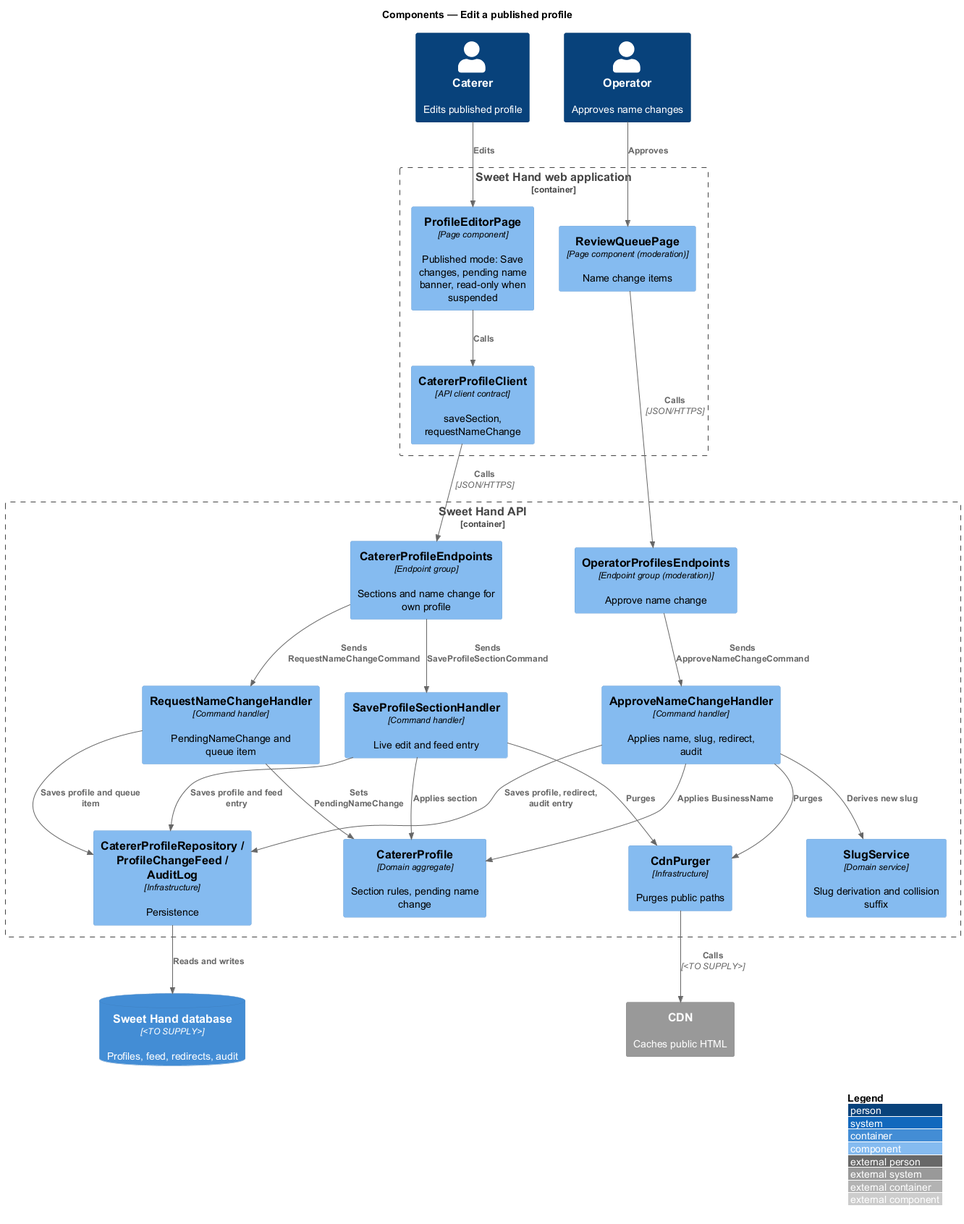
Above: docs/detailed-designs/caterer-profiles/edit-published-profile/diagrams/c4-component.png in QuinntyneBrown/sweet-hand (PlantUML), before the change.
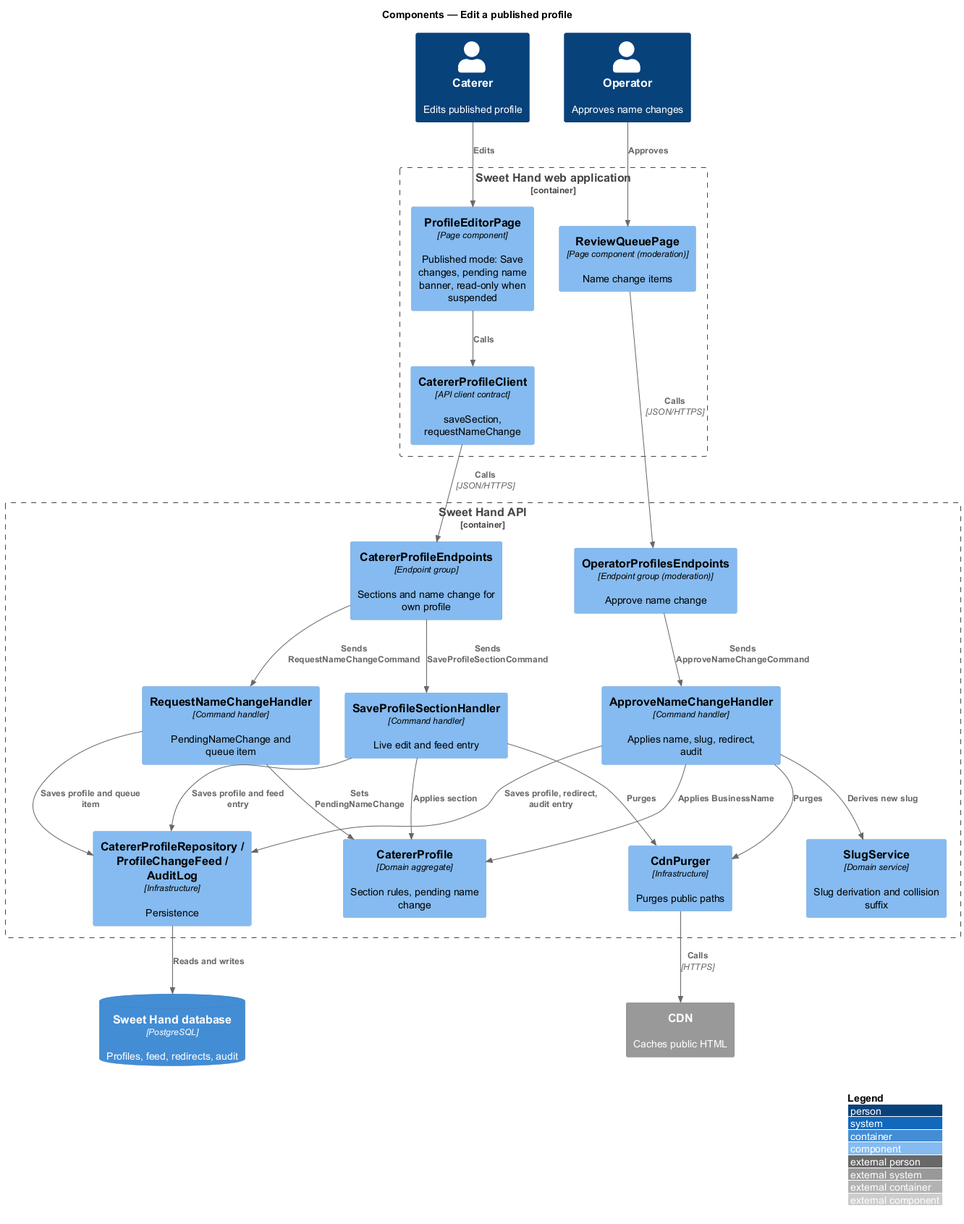
Later version of the same file.

Change to the diagram source:
```diff
@@ -21,7 +21,7 @@
   Component(purger, "CdnPurger", "Infrastructure", "Purges public paths")
   Component(repos, "CatererProfileRepository / ProfileChangeFeed / AuditLog", "Infrastructure", "Persistence")
 }
-ContainerDb(db, "Sweet Hand database", "<TO SUPPLY>", "Profiles, feed, redirects, audit")
+ContainerDb(db, "Sweet Hand database", "PostgreSQL", "Profiles, feed, redirects, audit")
 System_Ext(cdn, "CDN", "Caches public HTML")
 
 Rel(caterer, editor, "Edits")
@@ -38,7 +38,7 @@
 Rel(approve, slugs, "Derives new slug")
 Rel(save, purger, "Purges")
 Rel(approve, purger, "Purges")
-Rel(purger, cdn, "Calls", "<TO SUPPLY>")
+Rel(purger, cdn, "Calls", "HTTPS")
 Rel(save, repos, "Saves profile and feed entry")
 Rel(request, repos, "Saves profile and queue item")
 Rel(approve, repos, "Saves profile, redirect, audit entry")
```
